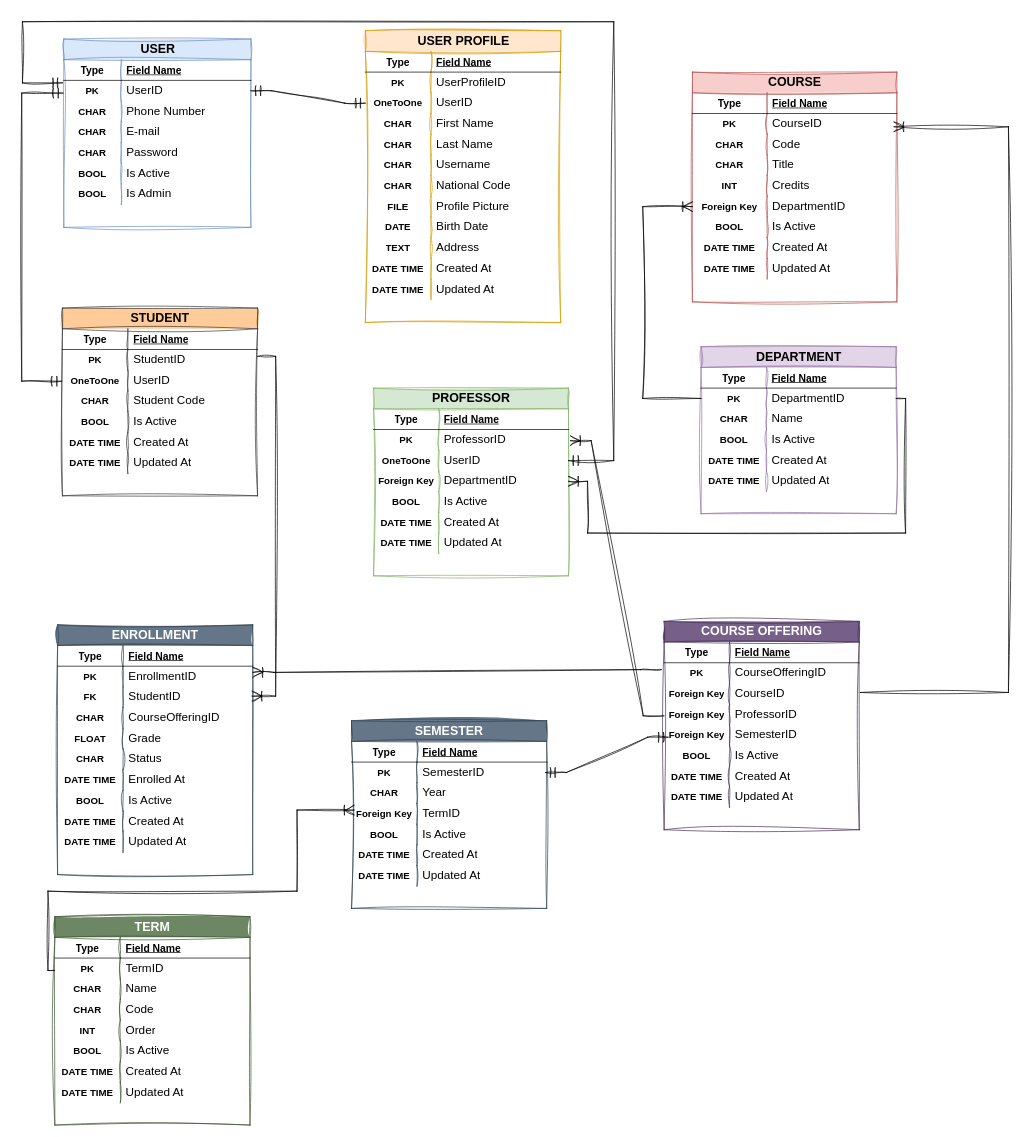
Above: docs/erd.drawio in richiepagard/college-management-system (draw.io), before the change. Source tidied: cells renumbered, new cells numbered last; positions are measured from the earlier drawing's top-left corner, leaving out a move shared by most shapes. Both pictures are drawn from the tidied source at 69%, with x=0, y=0 at pixel (21, 21).
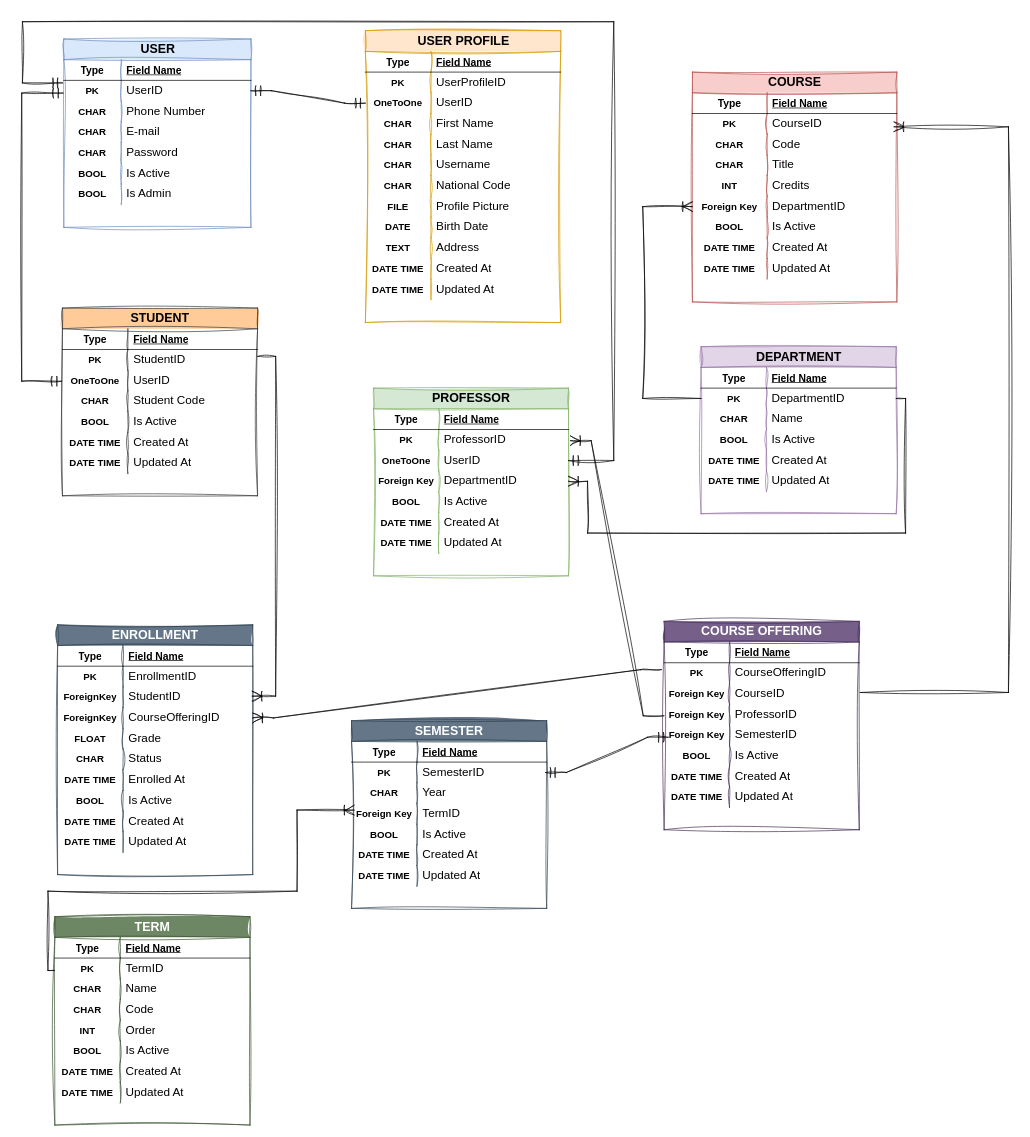
The same page after the edit.

Commit message (it also covers changes not shown here):
fix; Fix The Entity Relation.

- Fix the entity relations of tables for their connections.

The change refers to these unchanged cells:
```xml
<mxCell id="186" style="shape=tableRow;horizontal=0;startSize=0;swimlaneHead=0;swimlaneBody=0;fillColor=none;points=[[0,0.5],[1,0.5]];portConstraint=eastwest;top=0;left=0;right=0;bottom=0;" parent="182" vertex="1">
  <mxGeometry y="60" width="282.8" height="30" as="geometry" />
</mxCell>
<mxCell id="236" style="shape=tableRow;horizontal=0;startSize=0;swimlaneHead=0;swimlaneBody=0;fillColor=none;points=[[0,0.5],[1,0.5]];portConstraint=eastwest;top=0;left=0;right=0;bottom=0;" parent="232" vertex="1">
  <mxGeometry y="60" width="282.8" height="30" as="geometry" />
</mxCell>
<mxCell id="239" style="shape=tableRow;horizontal=0;startSize=0;swimlaneHead=0;swimlaneBody=0;fillColor=none;points=[[0,0.5],[1,0.5]];portConstraint=eastwest;top=0;left=0;right=0;bottom=0;" parent="232" vertex="1">
  <mxGeometry y="90" width="282.8" height="30" as="geometry" />
</mxCell>
<mxCell id="242" style="shape=tableRow;horizontal=0;startSize=0;swimlaneHead=0;swimlaneBody=0;fillColor=none;points=[[0,0.5],[1,0.5]];portConstraint=eastwest;top=0;left=0;right=0;bottom=0;" parent="232" vertex="1">
  <mxGeometry y="120" width="282.8" height="30" as="geometry" />
</mxCell>
```

Diff of the diagram source:
```diff
@@
-    <mxCell id="240" value="FK" style="shape=partialRectangle;fillColor=none;top=0;left=0;bottom=0;right=0;overflow=hidden;whiteSpace=wrap;html=1;fontStyle=1;fontFamily=Andika;fontSize=14;" parent="239" vertex="1">
+    <mxCell id="240" value="ForeignKey" style="shape=partialRectangle;fillColor=none;top=0;left=0;bottom=0;right=0;overflow=hidden;whiteSpace=wrap;html=1;fontStyle=1;fontFamily=Andika;fontSize=14;" parent="239" vertex="1">
       <mxGeometry width="94.8" height="30" as="geometry" />
     </mxCell>
@@
-    <mxCell id="243" value="CHAR" style="shape=partialRectangle;fillColor=none;top=0;left=0;bottom=0;right=0;overflow=hidden;whiteSpace=wrap;html=1;fontStyle=1;fontFamily=Andika;fontSize=14;" parent="242" vertex="1">
+    <mxCell id="243" value="ForeignKey" style="shape=partialRectangle;fillColor=none;top=0;left=0;bottom=0;right=0;overflow=hidden;whiteSpace=wrap;html=1;fontStyle=1;fontFamily=Andika;fontSize=14;" parent="242" vertex="1">
       <mxGeometry width="94.8" height="30" as="geometry" />
     </mxCell>
@@
-    <mxCell id="264" style="edgeStyle=entityRelationEdgeStyle;fontSize=12;html=1;endArrow=ERoneToMany;rounded=0;exitX=-0.014;exitY=0.333;exitDx=0;exitDy=0;exitPerimeter=0;entryX=1.001;entryY=0.3;entryDx=0;entryDy=0;entryPerimeter=0;startSize=12;endSize=12;sketch=1;curveFitting=1;jiggle=2;" parent="1" edge="1" source="186" target="236">
+    <mxCell id="264" style="edgeStyle=entityRelationEdgeStyle;fontSize=12;html=1;endArrow=ERoneToMany;rounded=0;exitX=-0.014;exitY=0.333;exitDx=0;exitDy=0;exitPerimeter=0;startSize=12;endSize=12;sketch=1;curveFitting=1;jiggle=2;" parent="1" edge="1" source="186" target="242">
       <mxGeometry relative="1" as="geometry" />
     </mxCell>
```
